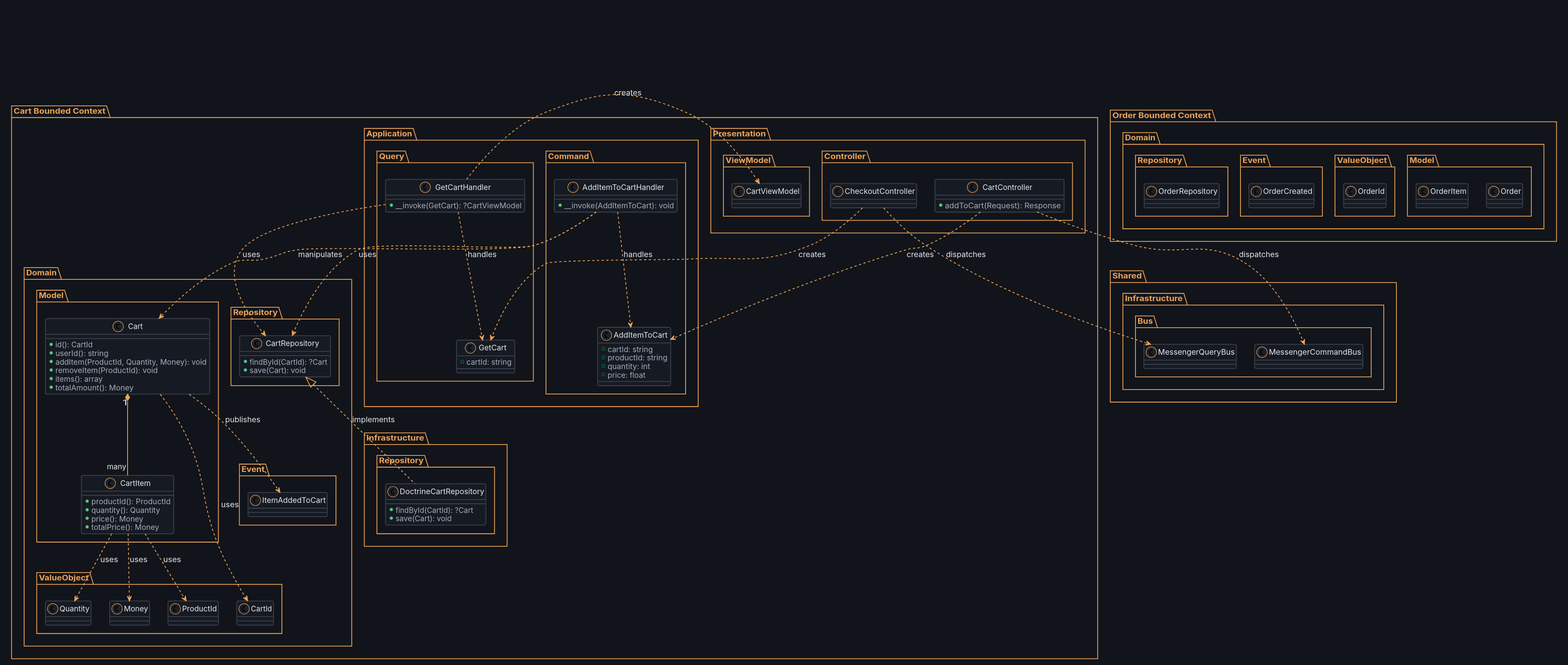
Before: public/images/diagrams/7_examples/eshop/diagram.svg, a diagram exported from PlantUML (MichalKatuscak/ddd-v-symfony). Its diagram source:
```plantuml
@startuml diagram
skinparam dpi 150
skinparam backgroundColor #11141A
skinparam shadowing false
skinparam roundCorner 6

skinparam defaultFontName "DejaVu Sans"
skinparam defaultFontSize 14
skinparam defaultFontColor #E6E8EC
skinparam defaultTextAlignment center


skinparam ArrowColor #F0A456
skinparam ArrowFontColor #E6E8EC
skinparam ArrowThickness 1.5

skinparam node {
  BackgroundColor #161A22
  BorderColor #3D424E
  FontColor #E6E8EC
}

skinparam component {
  BackgroundColor #161A22
  BorderColor #3D424E
  FontColor #E6E8EC
}

skinparam rectangle {
  BackgroundColor #161A22
  BorderColor #3D424E
  FontColor #E6E8EC
}

skinparam package {
  BackgroundColor #11141A
  BorderColor #F0A456
  FontColor #F0A456
}

skinparam folder {
  BackgroundColor #161A22
  BorderColor #3D424E
  FontColor #E6E8EC
}

skinparam frame {
  BackgroundColor #161A22
  BorderColor #3D424E
  FontColor #E6E8EC
}

skinparam database {
  BackgroundColor #1B202A
  BorderColor #3D424E
  FontColor #E6E8EC
}

skinparam queue {
  BackgroundColor #1B202A
  BorderColor #3D424E
  FontColor #E6E8EC
}

skinparam cloud {
  BackgroundColor #1B202A
  BorderColor #3D424E
  FontColor #E6E8EC
}

skinparam actor {
  BackgroundColor #161A22
  BorderColor #F0A456
  FontColor #E6E8EC
}

skinparam usecase {
  BackgroundColor #161A22
  BorderColor #3D424E
  FontColor #E6E8EC
}

skinparam class {
  BackgroundColor #161A22
  BorderColor #3D424E
  HeaderBackgroundColor #1B202A
  ArrowColor #F0A456
  FontColor #E6E8EC
  AttributeFontColor #A6ADBB
  StereotypeFontColor #F0A456
}

skinparam object {
  BackgroundColor #161A22
  BorderColor #3D424E
  FontColor #E6E8EC
}

skinparam sequence {
  ParticipantBackgroundColor #161A22
  ParticipantBorderColor #3D424E
  ParticipantFontColor #E6E8EC
  ActorBackgroundColor #161A22
  ActorBorderColor #F0A456
  ActorFontColor #E6E8EC
  LifeLineBorderColor #3D424E
  LifeLineBackgroundColor #1B202A
  ArrowColor #F0A456
  ArrowFontColor #E6E8EC
  GroupBackgroundColor #1B202A
  GroupBorderColor #3D424E
  GroupFontColor #A6ADBB
  GroupHeaderFontColor #F0A456
  BoxBackgroundColor #11141A
  BoxBorderColor #F0A456
  BoxFontColor #F0A456
  DividerBackgroundColor #1B202A
  DividerBorderColor #3D424E
  DividerFontColor #A6ADBB
  ReferenceBackgroundColor #161A22
  ReferenceBorderColor #3D424E
  ReferenceFontColor #E6E8EC
  ReferenceHeaderBackgroundColor #1B202A
  StereotypeFontColor #F0A456
}

skinparam state {
  BackgroundColor #161A22
  BorderColor #3D424E
  FontColor #E6E8EC
  StartColor #F0A456
  EndColor #F0A456
  ArrowColor #F0A456
  AttributeFontColor #A6ADBB
}

skinparam activity {
  BackgroundColor #161A22
  BorderColor #3D424E
  FontColor #E6E8EC
  ArrowColor #F0A456
  StartColor #F0A456
  EndColor #F0A456
  BarColor #F0A456
  DiamondBackgroundColor #1B202A
  DiamondBorderColor #3D424E
  DiamondFontColor #E6E8EC
}

skinparam note {
  BackgroundColor #1B202A
  BorderColor #3D424E
  FontColor #A6ADBB
}

skinparam title {
  FontColor #E6E8EC
  FontSize 18
}

skinparam legend {
  BackgroundColor #161A22
  BorderColor #3D424E
  FontColor #A6ADBB
}

skinparam caption {
  FontColor #A6ADBB
}

skinparam stereotype {
  CBackgroundColor #1B202A
  CBorderColor #F0A456
  ABackgroundColor #1B202A
  ABorderColor #F0A456
  IBackgroundColor #1B202A
  IBorderColor #F0A456
  EBackgroundColor #1B202A
  EBorderColor #F0A456
}



package "Cart Bounded Context" as Cart {
  package "Domain" as CartDomain {
    package "Model" as CartModel {
      class "Cart" as CartEntity {
        + id(): CartId
        + userId(): string
        + addItem(ProductId, Quantity, Money): void
        + removeItem(ProductId): void
        + items(): array
        + totalAmount(): Money
      }

      class "CartItem" as CartItemEntity {
        + productId(): ProductId
        + quantity(): Quantity
        + price(): Money
        + totalPrice(): Money
      }
    }

    package "ValueObject" as CartValueObject {
      class "CartId" as CartIdVO
      class "ProductId" as ProductIdVO
      class "Quantity" as QuantityVO
      class "Money" as MoneyVO
    }

    package "Event" as CartEvent {
      class "ItemAddedToCart" as ItemAddedToCartEvent
    }

    package "Repository" as CartRepository {
      class "CartRepository" as CartRepositoryInterface {
        + findById(CartId): ?Cart
        + save(Cart): void
      }
    }
  }

  package "Infrastructure" as CartInfrastructure {
    package "Repository" as CartInfraRepo {
      class "DoctrineCartRepository" as DoctrineCartRepo {
        + findById(CartId): ?Cart
        + save(Cart): void
      }
    }
  }

  package "Application" as CartApplication {
    package "Command" as CartCommand {
      class "AddItemToCart" as AddItemToCartCommand {
        + cartId: string
        + productId: string
        + quantity: int
        + price: float
      }

      class "AddItemToCartHandler" as AddItemToCartHandler {
        + __invoke(AddItemToCart): void
      }
    }

    package "Query" as CartQuery {
      class "GetCart" as GetCartQuery {
        + cartId: string
      }

      class "GetCartHandler" as GetCartHandler {
        + __invoke(GetCart): ?CartViewModel
      }
    }
  }

  package "Presentation" as CartPresentation {
    package "Controller" as CartController {
      class "CartController" as CartControllerClass {
        + addToCart(Request): Response
      }

      class "CheckoutController" as CheckoutController
    }

    package "ViewModel" as CartViewModel {
      class "CartViewModel" as CartViewModelClass
    }
  }
}

package "Order Bounded Context" as Order {
  package "Domain" as OrderDomain {
    package "Model" as OrderModel {
      class "Order" as OrderEntity
      class "OrderItem" as OrderItemEntity
    }

    package "ValueObject" as OrderValueObject {
      class "OrderId" as OrderIdVO
    }

    package "Event" as OrderEvent {
      class "OrderCreated" as OrderCreatedEvent
    }

    package "Repository" as OrderRepository {
      class "OrderRepository" as OrderRepositoryInterface
    }
  }
}

package "Shared" as Shared {
  package "Infrastructure" as SharedInfra {
    package "Bus" as SharedBus {
      class "MessengerCommandBus" as CommandBus
      class "MessengerQueryBus" as QueryBus
    }
  }
}

CartEntity "1" *-- "many" CartItemEntity
CartEntity ..> CartIdVO : uses
CartEntity ..> ItemAddedToCartEvent : publishes
CartItemEntity ..> ProductIdVO : uses
CartItemEntity ..> QuantityVO : uses
CartItemEntity ..> MoneyVO : uses

CartRepositoryInterface <|.. DoctrineCartRepo : implements

AddItemToCartHandler ..> CartRepositoryInterface : uses
AddItemToCartHandler ..> CartEntity : manipulates
AddItemToCartHandler ..> AddItemToCartCommand : handles

GetCartHandler ..> CartRepositoryInterface : uses
GetCartHandler ..> CartViewModelClass : creates
GetCartHandler ..> GetCartQuery : handles

CartControllerClass ..> AddItemToCartCommand : creates
CartControllerClass ..> CommandBus : dispatches
CheckoutController ..> GetCartQuery : creates
CheckoutController ..> QueryBus : dispatches


@enduml
```
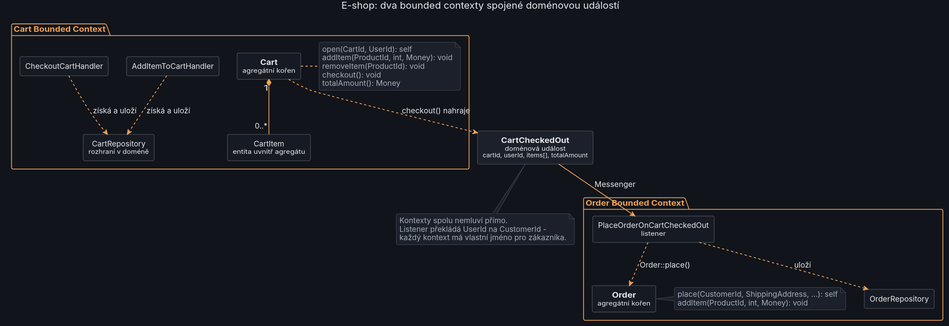
After the commit.

Diff of the diagram source:
```diff
@@ -179,147 +179,51 @@
   EBorderColor #F0A456
 }
 
-
+title E-shop: dva bounded contexty spojené doménovou událostí
 
 package "Cart Bounded Context" as Cart {
-  package "Domain" as CartDomain {
-    package "Model" as CartModel {
-      class "Cart" as CartEntity {
-        + id(): CartId
-        + userId(): string
-        + addItem(ProductId, Quantity, Money): void
-        + removeItem(ProductId): void
-        + items(): array
-        + totalAmount(): Money
-      }
+  rectangle "**Cart**\n<size:12>agregátní kořen</size>" as CartAggregate {
+  }
+  note right of CartAggregate
+    open(CartId, UserId): self
+    addItem(ProductId, int, Money): void
+    removeItem(ProductId): void
+    checkout(): void
+    totalAmount(): Money
+  end note
 
-      class "CartItem" as CartItemEntity {
-        + productId(): ProductId
-        + quantity(): Quantity
-        + price(): Money
-        + totalPrice(): Money
-      }
-    }
-
-    package "ValueObject" as CartValueObject {
-      class "CartId" as CartIdVO
-      class "ProductId" as ProductIdVO
-      class "Quantity" as QuantityVO
-      class "Money" as MoneyVO
-    }
-
-    package "Event" as CartEvent {
-      class "ItemAddedToCart" as ItemAddedToCartEvent
-    }
-
-    package "Repository" as CartRepository {
-      class "CartRepository" as CartRepositoryInterface {
-        + findById(CartId): ?Cart
-        + save(Cart): void
-      }
-    }
-  }
-
-  package "Infrastructure" as CartInfrastructure {
-    package "Repository" as CartInfraRepo {
-      class "DoctrineCartRepository" as DoctrineCartRepo {
-        + findById(CartId): ?Cart
-        + save(Cart): void
-      }
-    }
-  }
-
-  package "Application" as CartApplication {
-    package "Command" as CartCommand {
-      class "AddItemToCart" as AddItemToCartCommand {
-        + cartId: string
-        + productId: string
-        + quantity: int
-        + price: float
-      }
-
-      class "AddItemToCartHandler" as AddItemToCartHandler {
-        + __invoke(AddItemToCart): void
-      }
-    }
-
-    package "Query" as CartQuery {
-      class "GetCart" as GetCartQuery {
-        + cartId: string
-      }
-
-      class "GetCartHandler" as GetCartHandler {
-        + __invoke(GetCart): ?CartViewModel
-      }
-    }
-  }
-
-  package "Presentation" as CartPresentation {
-    package "Controller" as CartController {
-      class "CartController" as CartControllerClass {
-        + addToCart(Request): Response
-      }
-
-      class "CheckoutController" as CheckoutController
-    }
-
-    package "ViewModel" as CartViewModel {
-      class "CartViewModel" as CartViewModelClass
-    }
-  }
+  rectangle "CartItem\n<size:12>entita uvnitř agregátu</size>" as CartItem
+  rectangle "CartRepository\n<size:12>rozhraní v doméně</size>" as CartRepo
+  rectangle "AddItemToCartHandler" as AddHandler
+  rectangle "CheckoutCartHandler" as CheckoutHandler
 }
 
 package "Order Bounded Context" as Order {
-  package "Domain" as OrderDomain {
-    package "Model" as OrderModel {
-      class "Order" as OrderEntity
-      class "OrderItem" as OrderItemEntity
-    }
+  rectangle "**Order**\n<size:12>agregátní kořen</size>" as OrderAggregate
+  note right of OrderAggregate
+    place(CustomerId, ShippingAddress, ...): self
+    addItem(ProductId, int, Money): void
+  end note
 
-    package "ValueObject" as OrderValueObject {
-      class "OrderId" as OrderIdVO
-    }
-
-    package "Event" as OrderEvent {
-      class "OrderCreated" as OrderCreatedEvent
-    }
-
-    package "Repository" as OrderRepository {
-      class "OrderRepository" as OrderRepositoryInterface
-    }
-  }
+  rectangle "PlaceOrderOnCartCheckedOut\n<size:12>listener</size>" as Listener
+  rectangle "OrderRepository" as OrderRepo
 }
 
-package "Shared" as Shared {
-  package "Infrastructure" as SharedInfra {
-    package "Bus" as SharedBus {
-      class "MessengerCommandBus" as CommandBus
-      class "MessengerQueryBus" as QueryBus
-    }
-  }
-}
+rectangle "**CartCheckedOut**\n<size:12>doménová událost</size>\n<size:11>cartId, userId, items[], totalAmount</size>" as Event #1B202A
 
-CartEntity "1" *-- "many" CartItemEntity
-CartEntity ..> CartIdVO : uses
-CartEntity ..> ItemAddedToCartEvent : publishes
-CartItemEntity ..> ProductIdVO : uses
-CartItemEntity ..> QuantityVO : uses
-CartItemEntity ..> MoneyVO : uses
+CartAggregate "1" *-- "0..*" CartItem
+AddHandler ..> CartRepo : získá a uloží
+CheckoutHandler ..> CartRepo : získá a uloží
+CartAggregate ..> Event : checkout() nahraje
 
-CartRepositoryInterface <|.. DoctrineCartRepo : implements
+Event --> Listener : Messenger
+Listener ..> OrderAggregate : Order::place()
+Listener ..> OrderRepo : uloží
 
-AddItemToCartHandler ..> CartRepositoryInterface : uses
-AddItemToCartHandler ..> CartEntity : manipulates
-AddItemToCartHandler ..> AddItemToCartCommand : handles
-
-GetCartHandler ..> CartRepositoryInterface : uses
-GetCartHandler ..> CartViewModelClass : creates
-GetCartHandler ..> GetCartQuery : handles
-
-CartControllerClass ..> AddItemToCartCommand : creates
-CartControllerClass ..> CommandBus : dispatches
-CheckoutController ..> GetCartQuery : creates
-CheckoutController ..> QueryBus : dispatches
-
+note bottom of Event
+  Kontexty spolu nemluví přímo.
+  Listener překládá UserId na CustomerId -
+  každý kontext má vlastní jméno pro zákazníka.
+end note
 
 @enduml
```
